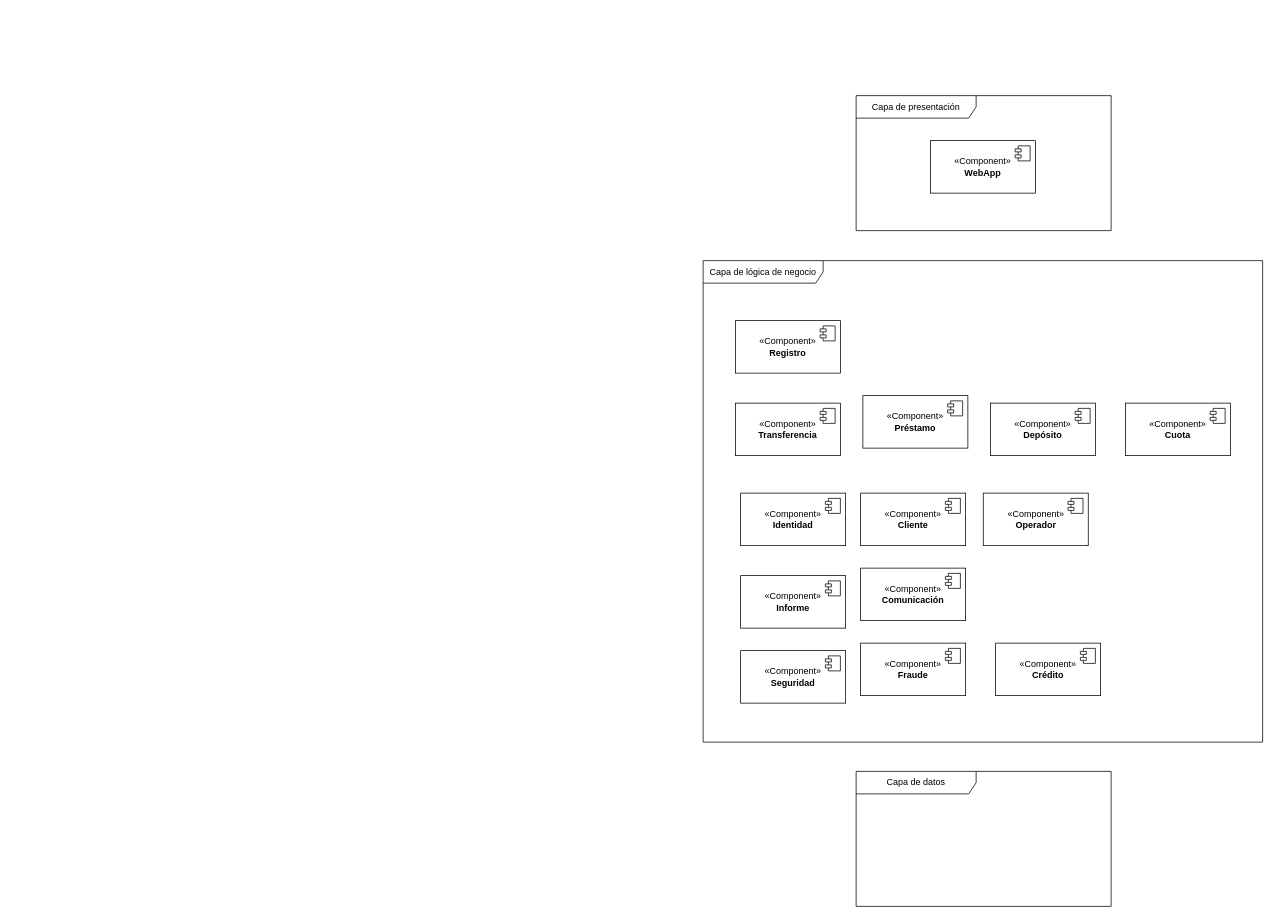
The draw.io diagram docs/architecture/componentes.drawio in gallardorubio/bank-system, before the edit. Source tidied: cells renumbered, new cells numbered last; positions are measured from the earlier drawing's top-left corner, leaving out a move shared by most shapes. Both pictures are drawn from the tidied source at 75%, with x=0, y=0 at pixel (703, 95).
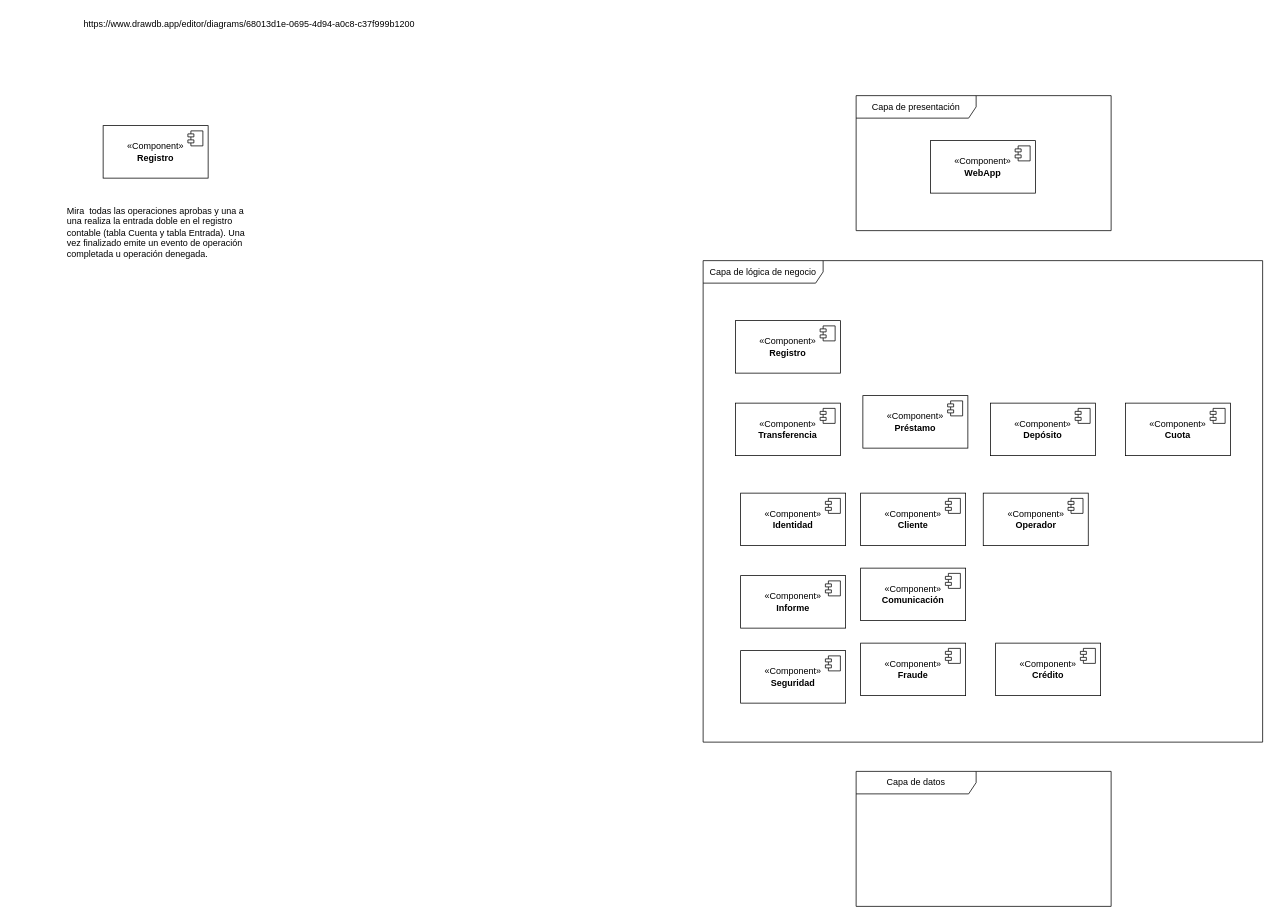
Above is the later version.

The edit, as a diff of the source:
```diff
@@
-<mxGraphModel background="#ffffff">
+<mxGraphModel>
@@
+    <mxCell id="33" value="«Component»&lt;br&gt;&lt;b&gt;Registro&lt;/b&gt;" style="html=1;whiteSpace=wrap;" parent="1" vertex="1">
+      <mxGeometry x="-800" y="40" width="140" height="70" as="geometry" />
+    </mxCell>
+    <mxCell id="34" style="shape=module;jettyWidth=8;jettyHeight=4;" parent="33" vertex="1">
+      <mxGeometry x="1" width="20" height="20" relative="1" as="geometry">
+        <mxPoint x="-27" y="7" as="offset" />
+      </mxGeometry>
+    </mxCell>
+    <mxCell id="35" value="&lt;div&gt;Mira&amp;nbsp; todas las operaciones aprobas y una a una realiza la entrada doble en el registro contable (tabla Cuenta y tabla Entrada). Una vez finalizado emite un evento de operación completada u operación denegada.&lt;/div&gt;" style="text;html=1;whiteSpace=wrap;strokeColor=none;fillColor=none;align=left;verticalAlign=top;rounded=0;" parent="1" vertex="1">
+      <mxGeometry x="-850" y="140" width="260" height="100" as="geometry" />
+    </mxCell>
+    <mxCell id="36" value="https://www.drawdb.app/editor/diagrams/68013d1e-0695-4d94-a0c8-c37f999b1200" style="text;html=1;whiteSpace=wrap;strokeColor=none;fillColor=none;align=center;verticalAlign=middle;rounded=0;" parent="1" vertex="1">
+      <mxGeometry x="-920" y="-110" width="630" height="30" as="geometry" />
+    </mxCell>
```
